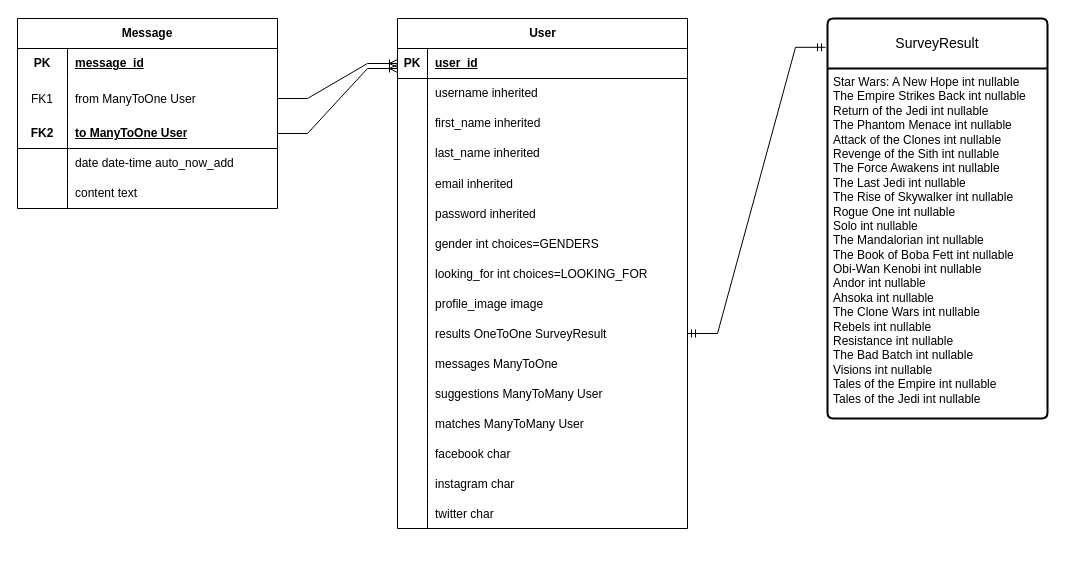
smtilson/ci-bootstrap-exercises keeps this draw.io diagram as assets/images/ERD_wookie_woo.drawio. Above is the earlier version. Source tidied: cells renumbered, new cells numbered last; positions are measured from the earlier drawing's top-left corner, leaving out a move shared by most shapes. Both pictures are drawn from the tidied source at 100%, with x=0, y=0 at pixel (17, -2).
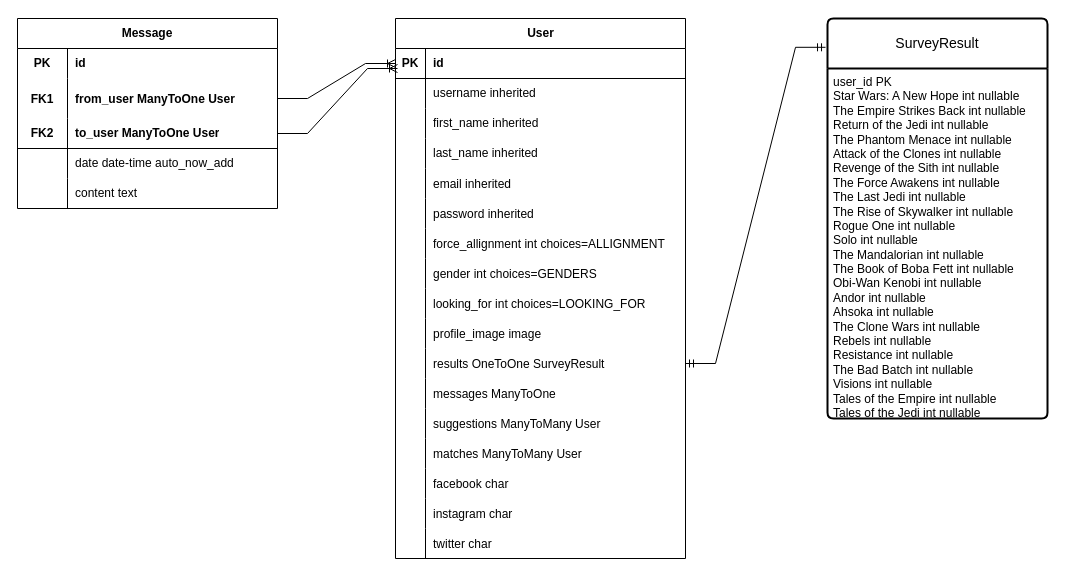
Above is the later version.

The change refers to these unchanged cells:
```xml
<mxCell id="3" value="SurveyResult" style="swimlane;horizontal=1;startSize=50;rounded=1;fontSize=14;fontStyle=0;strokeWidth=2;shadow=0;dashed=0;align=center;arcSize=4;whiteSpace=wrap;html=1;" parent="1" vertex="1">
  <mxGeometry x="810" y="20" width="220" height="400" as="geometry" />
</mxCell>
<mxCell id="6" style="shape=tableRow;horizontal=0;startSize=0;swimlaneHead=0;swimlaneBody=0;fillColor=none;top=0;left=0;right=0;bottom=0;html=1;" parent="5" vertex="1">
  <mxGeometry y="30" width="260" height="30" as="geometry" />
</mxCell>
<mxCell id="9" style="shape=tableRow;horizontal=0;startSize=0;swimlaneHead=0;swimlaneBody=0;fillColor=none;top=0;left=0;right=0;bottom=0;" parent="5" vertex="1">
  <mxGeometry y="60" width="260" height="40" as="geometry" />
</mxCell>
<mxCell id="12" style="shape=tableRow;horizontal=0;startSize=0;swimlaneHead=0;swimlaneBody=0;fillColor=none;points=[[0,0.5],[1,0.5]];portConstraint=eastwest;top=0;left=0;right=0;bottom=1;html=1;" parent="5" vertex="1">
  <mxGeometry y="100" width="260" height="30" as="geometry" />
</mxCell>
<mxCell id="22" style="shape=tableRow;horizontal=0;startSize=0;swimlaneHead=0;swimlaneBody=0;fillColor=none;points=[[0,0.5],[1,0.5]];portConstraint=eastwest;top=0;left=0;right=0;bottom=1;" parent="21" vertex="1">
  <mxGeometry y="30" width="290" height="30" as="geometry" />
</mxCell>
```

Diff of the diagram source:
```diff
@@
-    <mxCell id="4" value="&lt;span style=&quot;text-align: center;&quot;&gt;Star Wars: A New Hope int nullable&lt;/span&gt;&lt;div&gt;&lt;span style=&quot;text-align: center;&quot;&gt;The Empire Strikes Back&lt;/span&gt;&lt;span style=&quot;text-align: center; background-color: initial;&quot;&gt;&amp;nbsp;&lt;/span&gt;&lt;span style=&quot;text-align: center; background-color: initial;&quot;&gt;int nullable&lt;/span&gt;&lt;/div&gt;&lt;div&gt;&lt;span style=&quot;text-align: center;&quot;&gt;Return of the Jedi&lt;/span&gt;&lt;span style=&quot;text-align: center; background-color: initial;&quot;&gt;&amp;nbsp;&lt;/span&gt;&lt;span style=&quot;text-align: center; background-color: initial;&quot;&gt;int nullable&lt;/span&gt;&lt;/div&gt;&lt;div&gt;&lt;span style=&quot;text-align: center;&quot;&gt;The Phantom Menace&lt;/span&gt;&lt;span style=&quot;text-align: center; background-color: initial;&quot;&gt;&amp;nbsp;&lt;/span&gt;&lt;span style=&quot;text-align: center; background-color: initial;&quot;&gt;int nullable&lt;/span&gt;&lt;/div&gt;&lt;div&gt;&lt;span style=&quot;text-align: center;&quot;&gt;Attack of the Clones&lt;/span&gt;&lt;span style=&quot;text-align: center; background-color: initial;&quot;&gt;&amp;nbsp;&lt;/span&gt;&lt;span style=&quot;text-align: center; background-color: initial;&quot;&gt;int nullable&lt;/span&gt;&lt;/div&gt;&lt;div&gt;&lt;span style=&quot;text-align: center;&quot;&gt;Revenge of the Sith&lt;/span&gt;&lt;span style=&quot;text-align: center; background-color: initial;&quot;&gt;&amp;nbsp;&lt;/span&gt;&lt;span style=&quot;text-align: center; background-color: initial;&quot;&gt;int nullable&lt;/span&gt;&lt;/div&gt;&lt;div&gt;&lt;span style=&quot;text-align: center;&quot;&gt;The Force Awakens&lt;/span&gt;&lt;span style=&quot;text-align: center; background-color: initial;&quot;&gt;&amp;nbsp;&lt;/span&gt;&lt;span style=&quot;text-align: center; background-color: initial;&quot;&gt;int nullable&lt;/span&gt;&lt;/div&gt;&lt;div&gt;&lt;span style=&quot;text-align: center;&quot;&gt;The Last Jedi&lt;/span&gt;&lt;span style=&quot;text-align: center; background-color: initial;&quot;&gt;&amp;nbsp;&lt;/span&gt;&lt;span style=&quot;text-align: center; background-color: initial;&quot;&gt;int nullable&lt;/span&gt;&lt;/div&gt;&lt;div&gt;&lt;span style=&quot;text-align: center;&quot;&gt;The Rise of Skywalker&lt;/span&gt;&lt;span style=&quot;text-align: center; background-color: initial;&quot;&gt;&amp;nbsp;&lt;/span&gt;&lt;span style=&quot;text-align: center; background-color: initial;&quot;&gt;int nullable&lt;/span&gt;&lt;/div&gt;&lt;div&gt;&lt;span style=&quot;text-align: center;&quot;&gt;Rogue One&lt;/span&gt;&lt;span style=&quot;text-align: center; background-color: initial;&quot;&gt;&amp;nbsp;&lt;/span&gt;&lt;span style=&quot;text-align: center; background-color: initial;&quot;&gt;int nullable&lt;/span&gt;&lt;/div&gt;&lt;div&gt;&lt;span style=&quot;text-align: center;&quot;&gt;Solo&lt;/span&gt;&lt;span style=&quot;text-align: center; background-color: initial;&quot;&gt;&amp;nbsp;&lt;/span&gt;&lt;span style=&quot;text-align: center; background-color: initial;&quot;&gt;int nullable&lt;/span&gt;&lt;/div&gt;&lt;div&gt;&lt;span style=&quot;text-align: center;&quot;&gt;The Mandalorian&lt;/span&gt;&lt;span style=&quot;text-align: center; background-color: initial;&quot;&gt;&amp;nbsp;&lt;/span&gt;&lt;span style=&quot;text-align: center; background-color: initial;&quot;&gt;int nullable&lt;/span&gt;&lt;/div&gt;&lt;div&gt;&lt;span style=&quot;text-align: center;&quot;&gt;The Book of Boba Fett&lt;/span&gt;&lt;span style=&quot;text-align: center; background-color: initial;&quot;&gt;&amp;nbsp;&lt;/span&gt;&lt;span style=&quot;text-align: center; background-color: initial;&quot;&gt;int nullable&lt;/span&gt;&lt;/div&gt;&lt;div&gt;&lt;span style=&quot;text-align: center;&quot;&gt;Obi-Wan Kenobi&lt;/span&gt;&lt;span style=&quot;text-align: center; background-color: initial;&quot;&gt;&amp;nbsp;&lt;/span&gt;&lt;span style=&quot;text-align: center; background-color: initial;&quot;&gt;int nullable&lt;/span&gt;&lt;/div&gt;&lt;div&gt;&lt;span style=&quot;text-align: center;&quot;&gt;Andor&lt;/span&gt;&lt;span style=&quot;text-align: center; background-color: initial;&quot;&gt;&amp;nbsp;&lt;/span&gt;&lt;span style=&quot;text-align: center; background-color: initial;&quot;&gt;int nullable&lt;/span&gt;&lt;/div&gt;&lt;div&gt;&lt;span style=&quot;text-align: center;&quot;&gt;Ahsoka&lt;/span&gt;&lt;span style=&quot;text-align: center; background-color: initial;&quot;&gt;&amp;nbsp;&lt;/span&gt;&lt;span style=&quot;text-align: center; background-color: initial;&quot;&gt;int nullable&lt;/span&gt;&lt;/div&gt;&lt;div&gt;&lt;span style=&quot;text-align: center;&quot;&gt;The Clone Wars&lt;/span&gt;&lt;span style=&quot;text-align: center; background-color: initial;&quot;&gt;&amp;nbsp;&lt;/span&gt;&lt;span style=&quot;text-align: center; background-color: initial;&quot;&gt;int nullable&lt;/span&gt;&lt;/div&gt;&lt;div&gt;&lt;span style=&quot;text-align: center;&quot;&gt;Rebels&lt;/span&gt;&lt;span style=&quot;text-align: center; background-color: initial;&quot;&gt;&amp;nbsp;&lt;/span&gt;&lt;span style=&quot;text-align: center; background-color: initial;&quot;&gt;int nullable&lt;/span&gt;&lt;/div&gt;&lt;div&gt;&lt;span style=&quot;text-align: center;&quot;&gt;Resistance&lt;/span&gt;&lt;span style=&quot;text-align: center; background-color: initial;&quot;&gt;&amp;nbsp;&lt;/span&gt;&lt;span style=&quot;text-align: center; background-color: initial;&quot;&gt;int nullable&lt;/span&gt;&lt;/div&gt;&lt;div&gt;&lt;span style=&quot;text-align: center;&quot;&gt;The Bad Batch&lt;/span&gt;&lt;span style=&quot;text-align: center; background-color: initial;&quot;&gt;&amp;nbsp;&lt;/span&gt;&lt;span style=&quot;text-align: center; background-color: initial;&quot;&gt;int nullable&lt;/span&gt;&lt;/div&gt;&lt;div&gt;&lt;span style=&quot;text-align: center;&quot;&gt;Visions&lt;/span&gt;&lt;span style=&quot;text-align: center; background-color: initial;&quot;&gt;&amp;nbsp;&lt;/span&gt;&lt;span style=&quot;text-align: center; background-color: initial;&quot;&gt;int nullable&lt;/span&gt;&lt;/div&gt;&lt;div&gt;&lt;span style=&quot;text-align: center;&quot;&gt;Tales of the Empire&lt;/span&gt;&lt;span style=&quot;text-align: center; background-color: initial;&quot;&gt;&amp;nbsp;&lt;/span&gt;&lt;span style=&quot;text-align: center; background-color: initial;&quot;&gt;int nullable&lt;/span&gt;&lt;/div&gt;&lt;div&gt;&lt;span style=&quot;text-align: center;&quot;&gt;Tales of the Jedi&lt;/span&gt;&lt;span style=&quot;text-align: center; background-color: initial;&quot;&gt;&amp;nbsp;&lt;/span&gt;&lt;span style=&quot;text-align: center; background-color: initial;&quot;&gt;int nullable&lt;/span&gt;&lt;/div&gt;" style="align=left;strokeColor=none;fillColor=none;spacingLeft=4;fontSize=12;verticalAlign=top;html=1;" parent="3" vertex="1">
+    <mxCell id="4" value="&lt;div&gt;&lt;span style=&quot;text-align: center;&quot;&gt;user_id PK&lt;/span&gt;&lt;/div&gt;&lt;span style=&quot;text-align: center;&quot;&gt;Star Wars: A New Hope int nullable&lt;/span&gt;&lt;div&gt;&lt;span style=&quot;text-align: center;&quot;&gt;The Empire Strikes Back&lt;/span&gt;&lt;span style=&quot;text-align: center; background-color: initial;&quot;&gt;&amp;nbsp;&lt;/span&gt;&lt;span style=&quot;text-align: center; background-color: initial;&quot;&gt;int nullable&lt;/span&gt;&lt;/div&gt;&lt;div&gt;&lt;span style=&quot;text-align: center;&quot;&gt;Return of the Jedi&lt;/span&gt;&lt;span style=&quot;text-align: center; background-color: initial;&quot;&gt;&amp;nbsp;&lt;/span&gt;&lt;span style=&quot;text-align: center; background-color: initial;&quot;&gt;int nullable&lt;/span&gt;&lt;/div&gt;&lt;div&gt;&lt;span style=&quot;text-align: center;&quot;&gt;The Phantom Menace&lt;/span&gt;&lt;span style=&quot;text-align: center; background-color: initial;&quot;&gt;&amp;nbsp;&lt;/span&gt;&lt;span style=&quot;text-align: center; background-color: initial;&quot;&gt;int nullable&lt;/span&gt;&lt;/div&gt;&lt;div&gt;&lt;span style=&quot;text-align: center;&quot;&gt;Attack of the Clones&lt;/span&gt;&lt;span style=&quot;text-align: center; background-color: initial;&quot;&gt;&amp;nbsp;&lt;/span&gt;&lt;span style=&quot;text-align: center; background-color: initial;&quot;&gt;int nullable&lt;/span&gt;&lt;/div&gt;&lt;div&gt;&lt;span style=&quot;text-align: center;&quot;&gt;Revenge of the Sith&lt;/span&gt;&lt;span style=&quot;text-align: center; background-color: initial;&quot;&gt;&amp;nbsp;&lt;/span&gt;&lt;span style=&quot;text-align: center; background-color: initial;&quot;&gt;int nullable&lt;/span&gt;&lt;/div&gt;&lt;div&gt;&lt;span style=&quot;text-align: center;&quot;&gt;The Force Awakens&lt;/span&gt;&lt;span style=&quot;text-align: center; background-color: initial;&quot;&gt;&amp;nbsp;&lt;/span&gt;&lt;span style=&quot;text-align: center; background-color: initial;&quot;&gt;int nullable&lt;/span&gt;&lt;/div&gt;&lt;div&gt;&lt;span style=&quot;text-align: center;&quot;&gt;The Last Jedi&lt;/span&gt;&lt;span style=&quot;text-align: center; background-color: initial;&quot;&gt;&amp;nbsp;&lt;/span&gt;&lt;span style=&quot;text-align: center; background-color: initial;&quot;&gt;int nullable&lt;/span&gt;&lt;/div&gt;&lt;div&gt;&lt;span style=&quot;text-align: center;&quot;&gt;The Rise of Skywalker&lt;/span&gt;&lt;span style=&quot;text-align: center; background-color: initial;&quot;&gt;&amp;nbsp;&lt;/span&gt;&lt;span style=&quot;text-align: center; background-color: initial;&quot;&gt;int nullable&lt;/span&gt;&lt;/div&gt;&lt;div&gt;&lt;span style=&quot;text-align: center;&quot;&gt;Rogue One&lt;/span&gt;&lt;span style=&quot;text-align: center; background-color: initial;&quot;&gt;&amp;nbsp;&lt;/span&gt;&lt;span style=&quot;text-align: center; background-color: initial;&quot;&gt;int nullable&lt;/span&gt;&lt;/div&gt;&lt;div&gt;&lt;span style=&quot;text-align: center;&quot;&gt;Solo&lt;/span&gt;&lt;span style=&quot;text-align: center; background-color: initial;&quot;&gt;&amp;nbsp;&lt;/span&gt;&lt;span style=&quot;text-align: center; background-color: initial;&quot;&gt;int nullable&lt;/span&gt;&lt;/div&gt;&lt;div&gt;&lt;span style=&quot;text-align: center;&quot;&gt;The Mandalorian&lt;/span&gt;&lt;span style=&quot;text-align: center; background-color: initial;&quot;&gt;&amp;nbsp;&lt;/span&gt;&lt;span style=&quot;text-align: center; background-color: initial;&quot;&gt;int nullable&lt;/span&gt;&lt;/div&gt;&lt;div&gt;&lt;span style=&quot;text-align: center;&quot;&gt;The Book of Boba Fett&lt;/span&gt;&lt;span style=&quot;text-align: center; background-color: initial;&quot;&gt;&amp;nbsp;&lt;/span&gt;&lt;span style=&quot;text-align: center; background-color: initial;&quot;&gt;int nullable&lt;/span&gt;&lt;/div&gt;&lt;div&gt;&lt;span style=&quot;text-align: center;&quot;&gt;Obi-Wan Kenobi&lt;/span&gt;&lt;span style=&quot;text-align: center; background-color: initial;&quot;&gt;&amp;nbsp;&lt;/span&gt;&lt;span style=&quot;text-align: center; background-color: initial;&quot;&gt;int nullable&lt;/span&gt;&lt;/div&gt;&lt;div&gt;&lt;span style=&quot;text-align: center;&quot;&gt;Andor&lt;/span&gt;&lt;span style=&quot;text-align: center; background-color: initial;&quot;&gt;&amp;nbsp;&lt;/span&gt;&lt;span style=&quot;text-align: center; background-color: initial;&quot;&gt;int nullable&lt;/span&gt;&lt;/div&gt;&lt;div&gt;&lt;span style=&quot;text-align: center;&quot;&gt;Ahsoka&lt;/span&gt;&lt;span style=&quot;text-align: center; background-color: initial;&quot;&gt;&amp;nbsp;&lt;/span&gt;&lt;span style=&quot;text-align: center; background-color: initial;&quot;&gt;int nullable&lt;/span&gt;&lt;/div&gt;&lt;div&gt;&lt;span style=&quot;text-align: center;&quot;&gt;The Clone Wars&lt;/span&gt;&lt;span style=&quot;text-align: center; background-color: initial;&quot;&gt;&amp;nbsp;&lt;/span&gt;&lt;span style=&quot;text-align: center; background-color: initial;&quot;&gt;int nullable&lt;/span&gt;&lt;/div&gt;&lt;div&gt;&lt;span style=&quot;text-align: center;&quot;&gt;Rebels&lt;/span&gt;&lt;span style=&quot;text-align: center; background-color: initial;&quot;&gt;&amp;nbsp;&lt;/span&gt;&lt;span style=&quot;text-align: center; background-color: initial;&quot;&gt;int nullable&lt;/span&gt;&lt;/div&gt;&lt;div&gt;&lt;span style=&quot;text-align: center;&quot;&gt;Resistance&lt;/span&gt;&lt;span style=&quot;text-align: center; background-color: initial;&quot;&gt;&amp;nbsp;&lt;/span&gt;&lt;span style=&quot;text-align: center; background-color: initial;&quot;&gt;int nullable&lt;/span&gt;&lt;/div&gt;&lt;div&gt;&lt;span style=&quot;text-align: center;&quot;&gt;The Bad Batch&lt;/span&gt;&lt;span style=&quot;text-align: center; background-color: initial;&quot;&gt;&amp;nbsp;&lt;/span&gt;&lt;span style=&quot;text-align: center; background-color: initial;&quot;&gt;int nullable&lt;/span&gt;&lt;/div&gt;&lt;div&gt;&lt;span style=&quot;text-align: center;&quot;&gt;Visions&lt;/span&gt;&lt;span style=&quot;text-align: center; background-color: initial;&quot;&gt;&amp;nbsp;&lt;/span&gt;&lt;span style=&quot;text-align: center; background-color: initial;&quot;&gt;int nullable&lt;/span&gt;&lt;/div&gt;&lt;div&gt;&lt;span style=&quot;text-align: center;&quot;&gt;Tales of the Empire&lt;/span&gt;&lt;span style=&quot;text-align: center; background-color: initial;&quot;&gt;&amp;nbsp;&lt;/span&gt;&lt;span style=&quot;text-align: center; background-color: initial;&quot;&gt;int nullable&lt;/span&gt;&lt;/div&gt;&lt;div&gt;&lt;span style=&quot;text-align: center;&quot;&gt;Tales of the Jedi&lt;/span&gt;&lt;span style=&quot;text-align: center; background-color: initial;&quot;&gt;&amp;nbsp;&lt;/span&gt;&lt;span style=&quot;text-align: center; background-color: initial;&quot;&gt;int nullable&lt;/span&gt;&lt;/div&gt;" style="align=left;strokeColor=none;fillColor=none;spacingLeft=4;fontSize=12;verticalAlign=top;html=1;" parent="3" vertex="1">
       <mxGeometry y="50" width="220" height="350" as="geometry" />
     </mxCell>
@@
-    <mxCell id="8" value="message_id" style="shape=partialRectangle;fillColor=none;top=0;left=0;bottom=0;right=0;align=left;spacingLeft=6;fontStyle=5;overflow=hidden;html=1;whiteSpace=wrap;" parent="6" vertex="1">
+    <mxCell id="8" value="id" style="shape=partialRectangle;fillColor=none;top=0;left=0;bottom=0;right=0;align=left;spacingLeft=6;fontStyle=1;overflow=hidden;html=1;whiteSpace=wrap;" parent="6" vertex="1">
       <mxGeometry x="50" width="210" height="30" as="geometry" />
     </mxCell>
@@
-    <mxCell id="10" value="FK1" style="shape=partialRectangle;fillColor=none;top=0;left=0;bottom=0;right=0;overflow=hidden;" parent="9" vertex="1">
+    <mxCell id="10" value="FK1" style="shape=partialRectangle;fillColor=none;top=0;left=0;bottom=0;right=0;overflow=hidden;fontStyle=1;" parent="9" vertex="1">
       <mxGeometry width="50" height="40" as="geometry" />
     </mxCell>
-    <mxCell id="11" value="from ManyToOne User" style="shape=partialRectangle;fillColor=none;top=0;left=0;bottom=0;right=0;align=left;spacingLeft=6;overflow=hidden;" parent="9" vertex="1">
+    <mxCell id="11" value="from_user ManyToOne User" style="shape=partialRectangle;fillColor=none;top=0;left=0;bottom=0;right=0;align=left;spacingLeft=6;overflow=hidden;fontStyle=1;" parent="9" vertex="1">
       <mxGeometry x="50" width="210" height="40" as="geometry" />
     </mxCell>
@@
-    <mxCell id="14" value="to ManyToOne User" style="shape=partialRectangle;fillColor=none;top=0;left=0;bottom=0;right=0;align=left;spacingLeft=6;fontStyle=5;overflow=hidden;html=1;whiteSpace=wrap;" parent="12" vertex="1">
+    <mxCell id="14" value="to_user ManyToOne User" style="shape=partialRectangle;fillColor=none;top=0;left=0;bottom=0;right=0;align=left;spacingLeft=6;fontStyle=1;overflow=hidden;html=1;whiteSpace=wrap;" parent="12" vertex="1">
       <mxGeometry x="50" width="210" height="30" as="geometry" />
     </mxCell>
@@
     <mxCell id="21" value="User" style="shape=table;startSize=30;childLayout=tableLayout;rowLines=0;fontStyle=1;align=center;html=1;" parent="1" vertex="1">
-      <mxGeometry x="380" y="20" width="290" height="510" as="geometry" />
+      <mxGeometry x="378" y="20" width="290" height="540" as="geometry" />
     </mxCell>
@@
-    <mxCell id="24" value="user_id" style="shape=partialRectangle;fillColor=none;top=0;left=0;bottom=0;right=0;align=left;spacingLeft=6;fontStyle=5;overflow=hidden;whiteSpace=wrap;html=1;" parent="22" vertex="1">
+    <mxCell id="24" value="id" style="shape=partialRectangle;fillColor=none;top=0;left=0;bottom=0;right=0;align=left;spacingLeft=6;fontStyle=1;overflow=hidden;whiteSpace=wrap;html=1;" parent="22" vertex="1">
       <mxGeometry x="30" width="260" height="30" as="geometry" />
     </mxCell>
@@
+    <mxCell id="72" style="shape=tableRow;horizontal=0;startSize=0;swimlaneHead=0;swimlaneBody=0;fillColor=none;top=0;left=0;right=0;bottom=0;" parent="21" vertex="1">
+      <mxGeometry y="210" width="290" height="30" as="geometry" />
+    </mxCell>
+    <mxCell id="73" style="shape=partialRectangle;fillColor=none;top=0;left=0;bottom=0;right=0;overflow=hidden;" parent="72" vertex="1">
+      <mxGeometry width="30" height="30" as="geometry" />
+    </mxCell>
+    <mxCell id="74" value="force_allignment int choices=ALLIGNMENT" style="shape=partialRectangle;fillColor=none;top=0;left=0;bottom=0;right=0;align=left;spacingLeft=6;overflow=hidden;" parent="72" vertex="1">
+      <mxGeometry x="30" width="260" height="30" as="geometry" />
+    </mxCell>
     <mxCell id="40" style="shape=tableRow;horizontal=0;startSize=0;swimlaneHead=0;swimlaneBody=0;fillColor=none;top=0;left=0;right=0;bottom=0;" parent="21" vertex="1">
-      <mxGeometry y="210" width="290" height="30" as="geometry" />
+      <mxGeometry y="240" width="290" height="30" as="geometry" />
     </mxCell>
@@
     <mxCell id="43" style="shape=tableRow;horizontal=0;startSize=0;swimlaneHead=0;swimlaneBody=0;fillColor=none;top=0;left=0;right=0;bottom=0;" parent="21" vertex="1">
-      <mxGeometry y="240" width="290" height="30" as="geometry" />
+      <mxGeometry y="270" width="290" height="30" as="geometry" />
     </mxCell>
@@
     <mxCell id="46" style="shape=tableRow;horizontal=0;startSize=0;swimlaneHead=0;swimlaneBody=0;fillColor=none;top=0;left=0;right=0;bottom=0;" parent="21" vertex="1">
-      <mxGeometry y="270" width="290" height="30" as="geometry" />
+      <mxGeometry y="300" width="290" height="30" as="geometry" />
     </mxCell>
@@
     <mxCell id="49" style="shape=tableRow;horizontal=0;startSize=0;swimlaneHead=0;swimlaneBody=0;fillColor=none;points=[[0,0.5],[1,0.5]];portConstraint=eastwest;top=0;left=0;right=0;bottom=0;" parent="21" vertex="1">
-      <mxGeometry y="300" width="290" height="30" as="geometry" />
+      <mxGeometry y="330" width="290" height="30" as="geometry" />
     </mxCell>
@@
     <mxCell id="52" style="shape=tableRow;horizontal=0;startSize=0;swimlaneHead=0;swimlaneBody=0;fillColor=none;top=0;left=0;right=0;bottom=0;" parent="21" vertex="1">
-      <mxGeometry y="330" width="290" height="30" as="geometry" />
+      <mxGeometry y="360" width="290" height="30" as="geometry" />
     </mxCell>
@@
     <mxCell id="55" style="shape=tableRow;horizontal=0;startSize=0;swimlaneHead=0;swimlaneBody=0;fillColor=none;top=0;left=0;right=0;bottom=0;" parent="21" vertex="1">
-      <mxGeometry y="360" width="290" height="30" as="geometry" />
+      <mxGeometry y="390" width="290" height="30" as="geometry" />
     </mxCell>
@@
     <mxCell id="58" style="shape=tableRow;horizontal=0;startSize=0;swimlaneHead=0;swimlaneBody=0;fillColor=none;top=0;left=0;right=0;bottom=0;" parent="21" vertex="1">
-      <mxGeometry y="390" width="290" height="30" as="geometry" />
+      <mxGeometry y="420" width="290" height="30" as="geometry" />
     </mxCell>
@@
     <mxCell id="61" style="shape=tableRow;horizontal=0;startSize=0;swimlaneHead=0;swimlaneBody=0;fillColor=none;top=0;left=0;right=0;bottom=0;" parent="21" vertex="1">
-      <mxGeometry y="420" width="290" height="30" as="geometry" />
+      <mxGeometry y="450" width="290" height="30" as="geometry" />
     </mxCell>
@@
     <mxCell id="64" style="shape=tableRow;horizontal=0;startSize=0;swimlaneHead=0;swimlaneBody=0;fillColor=none;top=0;left=0;right=0;bottom=0;" parent="21" vertex="1">
-      <mxGeometry y="450" width="290" height="30" as="geometry" />
+      <mxGeometry y="480" width="290" height="30" as="geometry" />
     </mxCell>
@@
     <mxCell id="67" style="shape=tableRow;horizontal=0;startSize=0;swimlaneHead=0;swimlaneBody=0;fillColor=none;top=0;left=0;right=0;bottom=0;" parent="21" vertex="1">
-      <mxGeometry y="480" width="290" height="30" as="geometry" />
+      <mxGeometry y="510" width="290" height="30" as="geometry" />
     </mxCell>
```
